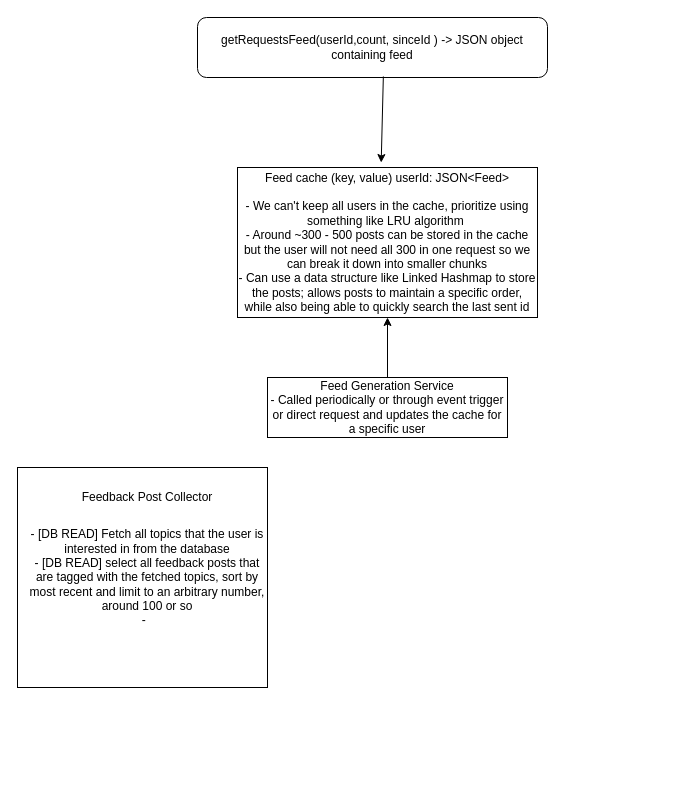
Earlier version of the draw.io diagram Design Docs/backend/request_feed_generation.drawio (MohamedBengezi/Lift). Source tidied: cells renumbered, new cells numbered last; positions are measured from the earlier drawing's top-left corner, leaving out a move shared by most shapes. Both pictures are drawn from the tidied source at 100%, with x=0, y=0 at pixel (17, 17).
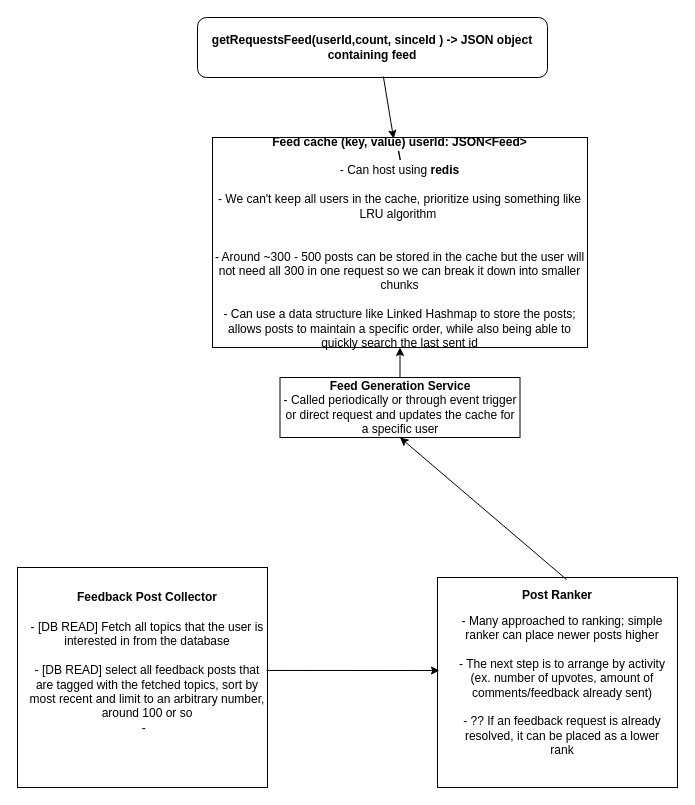
The same diagram, later.

Commit message:
Add redis to cache diagram

Change to the diagram source:
```diff
@@
 <mxGraphModel>
   <root>
     <mxCell id="0" />
     <mxCell id="1" parent="0" />
-    <mxCell id="2" value="getRequestsFeed(userId,count, sinceId ) -&amp;gt; JSON object containing feed" style="rounded=1;whiteSpace=wrap;html=1;" parent="1" vertex="1">
+    <mxCell id="2" value="&lt;b&gt;getRequestsFeed(userId,count, sinceId ) -&amp;gt; JSON object containing feed&lt;/b&gt;" style="rounded=1;whiteSpace=wrap;html=1;" parent="1" vertex="1">
       <mxGeometry x="180" width="350" height="60" as="geometry" />
     </mxCell>
-    <mxCell id="3" style="endArrow=classic;html=1;exitX=0.531;exitY=0.983;exitDx=0;exitDy=0;exitPerimeter=0;entryX=0.479;entryY=-0.033;entryDx=0;entryDy=0;entryPerimeter=0;" parent="1" edge="1" source="2" target="4">
+    <mxCell id="3" style="endArrow=classic;html=1;exitX=0.531;exitY=0.983;exitDx=0;exitDy=0;exitPerimeter=0;entryX=0.483;entryY=0.005;entryDx=0;entryDy=0;entryPerimeter=0;" parent="1" edge="1" source="2" target="4">
       <mxGeometry relative="1" as="geometry" />
     </mxCell>
-    <mxCell id="4" value="Feed cache (key, value) userId: JSON&amp;lt;Feed&amp;gt;&lt;br&gt;&lt;br&gt;- We can't keep all users in the cache, prioritize using something like LRU algorithm&amp;nbsp;&lt;br&gt;- Around ~300 - 500 posts can be stored in the cache but the user will not need all 300 in one request so we can break it down into smaller chunks&lt;br&gt;- Can use a data structure like Linked Hashmap to store the posts; allows posts to maintain a specific order, while also being able to quickly search the last sent id" style="rounded=0;whiteSpace=wrap;html=1;" parent="1" vertex="1">
-      <mxGeometry x="220" y="150" width="300" height="150" as="geometry" />
+    <mxCell id="4" value="&lt;b&gt;Feed cache (key, value) userId: JSON&amp;lt;Feed&amp;gt;&lt;/b&gt;&lt;br&gt;&lt;b&gt;\&lt;/b&gt;&lt;br&gt;- Can host using &lt;b&gt;redis&lt;/b&gt;&lt;br&gt;&lt;br&gt;- We can't keep all users in the cache, prioritize using something like LRU algorithm&amp;nbsp;&lt;br&gt;&lt;br&gt;&lt;br&gt;- Around ~300 - 500 posts can be stored in the cache but the user will not need all 300 in one request so we can break it down into smaller chunks&lt;br&gt;&lt;br&gt;- Can use a data structure like Linked Hashmap to store the posts; allows posts to maintain a specific order, while also being able to quickly search the last sent id" style="rounded=0;whiteSpace=wrap;html=1;" parent="1" vertex="1">
+      <mxGeometry x="195" y="120" width="375" height="210" as="geometry" />
     </mxCell>
-    <mxCell id="5" value="Feed Generation Service&lt;br&gt;- Called periodically or through event trigger or direct request and updates the cache for a specific user" style="rounded=0;whiteSpace=wrap;html=1;" parent="1" vertex="1">
-      <mxGeometry x="250" y="360" width="240" height="60" as="geometry" />
+    <mxCell id="5" value="&lt;b&gt;Feed Generation Service&lt;br&gt;&lt;/b&gt;- Called periodically or through event trigger or direct request and updates the cache for a specific user" style="rounded=0;whiteSpace=wrap;html=1;" parent="1" vertex="1">
+      <mxGeometry x="262.5" y="360" width="240" height="60" as="geometry" />
     </mxCell>
     <mxCell id="6" style="endArrow=classic;html=1;entryX=0.5;entryY=1;entryDx=0;entryDy=0;exitX=0.5;exitY=0;exitDx=0;exitDy=0;" parent="1" edge="1" source="5" target="4">
       <mxGeometry relative="1" as="geometry" />
     </mxCell>
     <mxCell id="7" style="rounded=0;whiteSpace=wrap;html=1;" parent="1" vertex="1">
-      <mxGeometry y="450" width="250" height="220" as="geometry" />
+      <mxGeometry y="550" width="250" height="220" as="geometry" />
     </mxCell>
-    <mxCell id="8" value="Feedback Post Collector" style="text;html=1;strokeColor=none;fillColor=none;align=center;verticalAlign=middle;whiteSpace=wrap;rounded=0;" parent="1" vertex="1">
-      <mxGeometry x="50" y="470" width="160" height="20" as="geometry" />
+    <mxCell id="8" value="&lt;b&gt;Feedback Post Collector&lt;/b&gt;" style="text;html=1;strokeColor=none;fillColor=none;align=center;verticalAlign=middle;whiteSpace=wrap;rounded=0;" parent="1" vertex="1">
+      <mxGeometry x="50" y="570" width="160" height="20" as="geometry" />
     </mxCell>
-    <mxCell id="9" value="- [DB READ] Fetch all topics that the user is interested in from the database&lt;br&gt;- [DB READ] select all feedback posts that are tagged with the fetched topics, sort by most recent and limit to an arbitrary number, around 100 or so&lt;br&gt;-&amp;nbsp;&amp;nbsp;" style="text;html=1;strokeColor=none;fillColor=none;align=center;verticalAlign=middle;whiteSpace=wrap;rounded=0;" parent="1" vertex="1">
-      <mxGeometry x="10" y="505" width="240" height="110" as="geometry" />
+    <mxCell id="9" value="- [DB READ] Fetch all topics that the user is interested in from the database&lt;br&gt;&lt;br&gt;- [DB READ] select all feedback posts that are tagged with the fetched topics, sort by most recent and limit to an arbitrary number, around 100 or so&lt;br&gt;-&amp;nbsp;&amp;nbsp;" style="text;html=1;strokeColor=none;fillColor=none;align=center;verticalAlign=middle;whiteSpace=wrap;rounded=0;" parent="1" vertex="1">
+      <mxGeometry x="10" y="605" width="240" height="110" as="geometry" />
     </mxCell>
+    <mxCell id="10" style="rounded=0;whiteSpace=wrap;html=1;" parent="1" vertex="1">
+      <mxGeometry x="420" y="560" width="240" height="210" as="geometry" />
+    </mxCell>
+    <mxCell id="11" value="&lt;b&gt;Post Ranker&lt;/b&gt;" style="text;html=1;strokeColor=none;fillColor=none;align=center;verticalAlign=middle;whiteSpace=wrap;rounded=0;" parent="1" vertex="1">
+      <mxGeometry x="465" y="570" width="150" height="15" as="geometry" />
+    </mxCell>
+    <mxCell id="12" style="endArrow=classic;html=1;exitX=0.996;exitY=0.436;exitDx=0;exitDy=0;exitPerimeter=0;entryX=0.008;entryY=0.443;entryDx=0;entryDy=0;entryPerimeter=0;" parent="1" edge="1" source="9" target="10">
+      <mxGeometry relative="1" as="geometry" />
+    </mxCell>
+    <mxCell id="13" value="- Many approached to ranking; simple ranker can place newer posts higher&lt;br&gt;&lt;br&gt;- The next step is to arrange by activity (ex. number of upvotes, amount of comments/feedback already sent)&lt;br&gt;&lt;br&gt;- ?? If an feedback request is already resolved, it can be placed as a lower rank" style="text;html=1;strokeColor=none;fillColor=none;align=center;verticalAlign=middle;whiteSpace=wrap;rounded=0;" parent="1" vertex="1">
+      <mxGeometry x="440" y="595" width="210" height="145" as="geometry" />
+    </mxCell>
+    <mxCell id="14" style="endArrow=classic;html=1;exitX=0.538;exitY=0.01;exitDx=0;exitDy=0;exitPerimeter=0;entryX=0.5;entryY=1;entryDx=0;entryDy=0;" parent="1" edge="1" source="10" target="5">
+      <mxGeometry relative="1" as="geometry" />
+    </mxCell>
   </root>
 </mxGraphModel>
```
